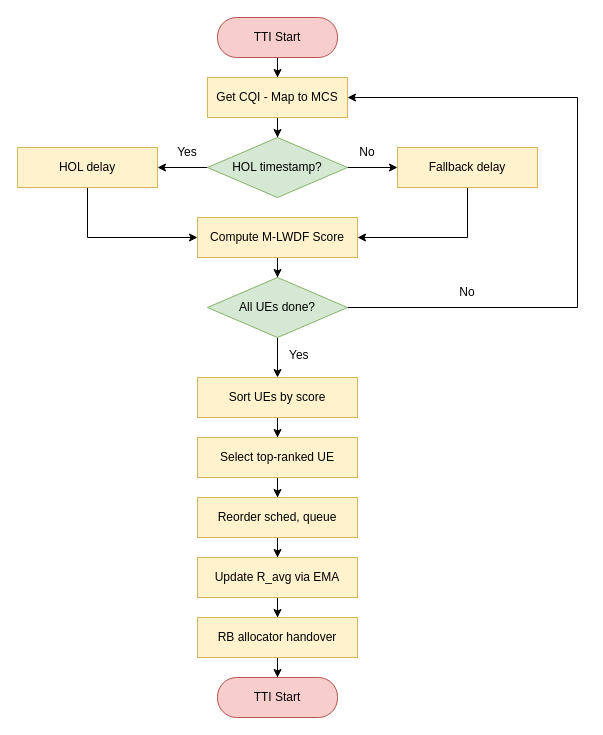
Before: QoS-Flowchart.drawio in Graduation-Project-VHT/Diagrams, a draw.io diagram. Source tidied: cells renumbered, new cells numbered last; positions are measured from the earlier drawing's top-left corner, leaving out a move shared by most shapes. Both pictures are drawn from the tidied source at 100%, with x=0, y=0 at pixel (17, 17).
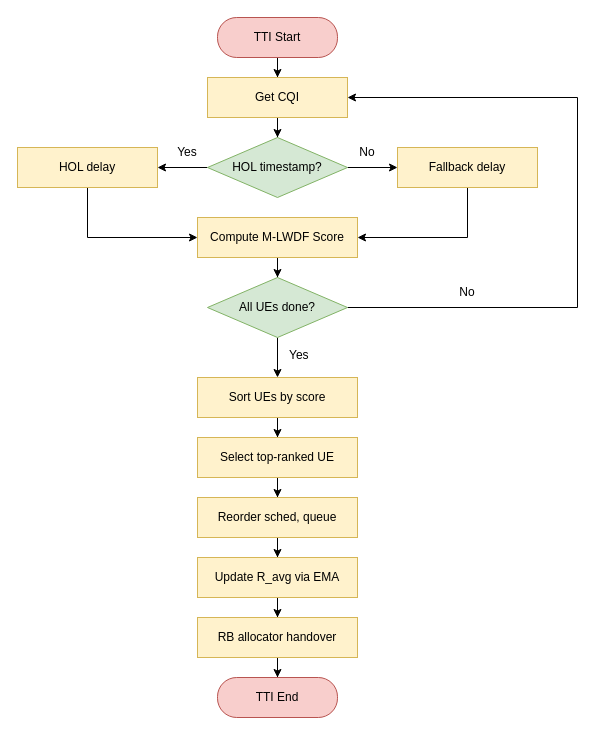
The same diagram, later.

What changed in the source:
```diff
@@
-    <mxCell id="5" value="Get CQI - Map to MCS" style="rounded=0;whiteSpace=wrap;html=1;fillColor=#fff2cc;strokeColor=#d6b656;" parent="1" vertex="1">
+    <mxCell id="5" value="Get CQI" style="rounded=0;whiteSpace=wrap;html=1;fillColor=#fff2cc;strokeColor=#d6b656;" parent="1" vertex="1">
       <mxGeometry x="190" y="60" width="140" height="40" as="geometry" />
     </mxCell>
@@
-    <mxCell id="32" value="TTI Start" style="rounded=1;whiteSpace=wrap;html=1;fontSize=12;arcSize=48;fillColor=#f8cecc;strokeColor=#b85450;" parent="1" vertex="1">
+    <mxCell id="32" value="TTI End" style="rounded=1;whiteSpace=wrap;html=1;fontSize=12;arcSize=48;fillColor=#f8cecc;strokeColor=#b85450;" parent="1" vertex="1">
       <mxGeometry x="200" y="660" width="120" height="40" as="geometry" />
     </mxCell>
```
